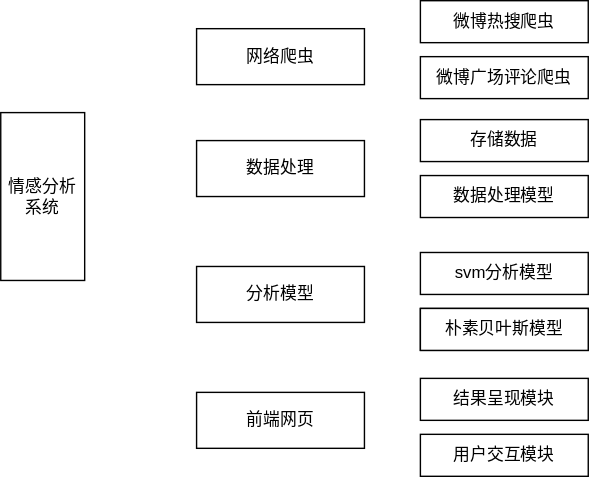
Above: 组成模块.drawio.svg in hikari0217/hikari (draw.io), before the change. Source tidied: cells renumbered, new cells last; positions are measured from the earlier drawing's top-left corner, leaving out a move shared by most shapes.
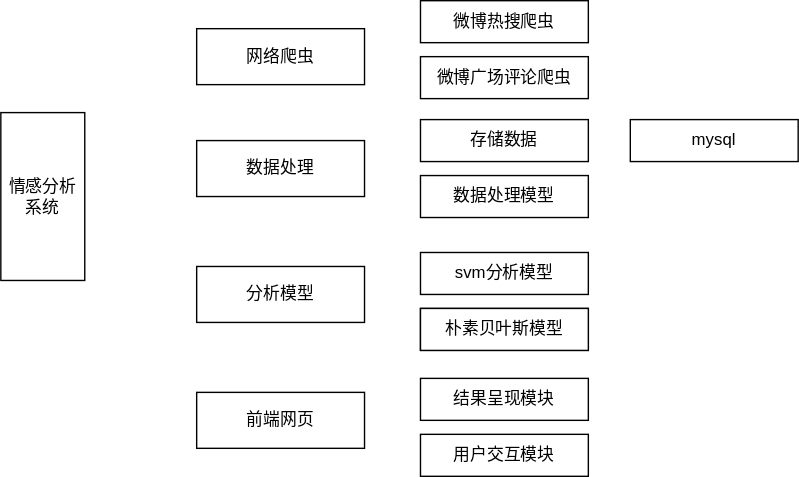
After the commit.

Commit message:
更新组成模块.drawio.svg

Change to the diagram source:
```diff
@@ -44,5 +44,8 @@
     <mxCell id="15" value="用户交互模块" style="rounded=0;whiteSpace=wrap;html=1;" parent="1" vertex="1">
       <mxGeometry x="300" y="310" width="120" height="30" as="geometry" />
     </mxCell>
+    <mxCell id="16" value="mysql" style="rounded=0;whiteSpace=wrap;html=1;" parent="1" vertex="1">
+      <mxGeometry x="450" y="85" width="120" height="30" as="geometry" />
+    </mxCell>
   </root>
 </mxGraphModel>
```
